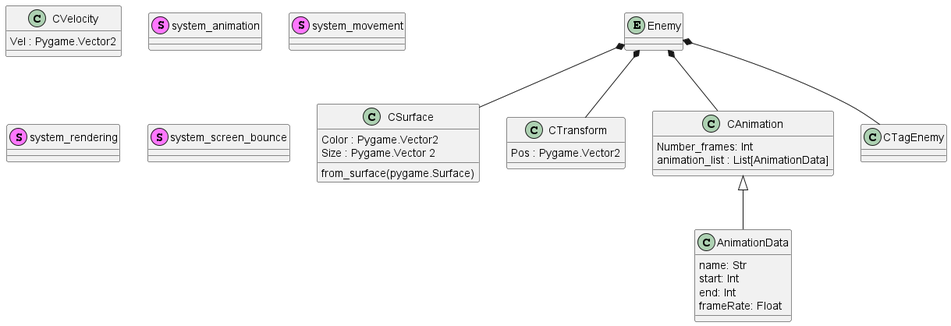
This is Documentation/digram.png from shiomar-salazar/MISW-4407-NoobPower, a PlantUML export, as it was before one commit.
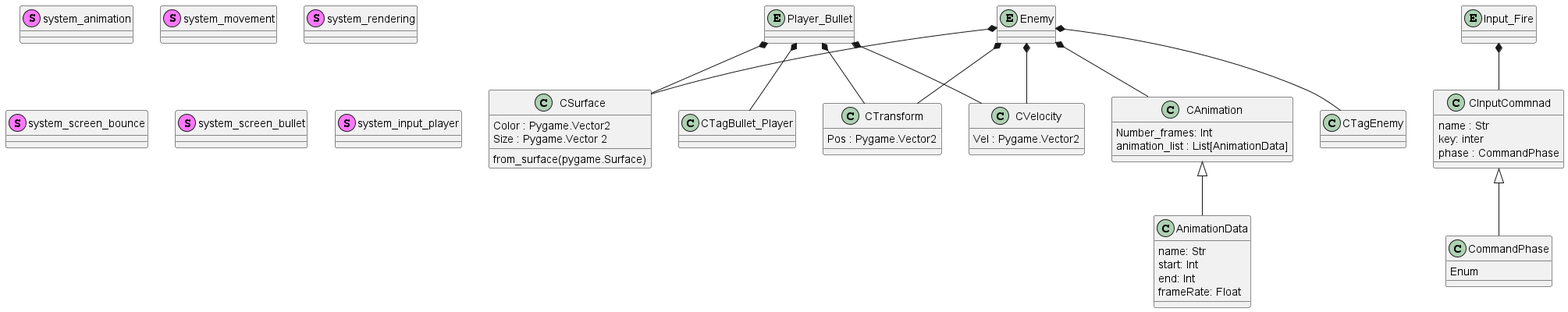
Above is the later version.

Diff of the diagram source:
```diff
@@ -1,5 +1,7 @@
 @startuml
 entity Enemy
+entity Player_Bullet
+entity Input_Fire
 
 
 class CSurface {
@@ -23,6 +25,14 @@
     end: Int
     frameRate: Float
 }
+class CInputCommnad {
+    name : Str
+    key: inter
+    phase : CommandPhase
+}
+class CommandPhase {
+    Enum
+}
 
 
 class CTagEnemy
@@ -32,12 +42,24 @@
 stereotype system_movement
 stereotype system_rendering
 stereotype system_screen_bounce
+stereotype system_screen_bullet
+stereotype system_input_player
 
 CAnimation <|-- AnimationData
+CInputCommnad <|-- CommandPhase
 
 Enemy *-- CTagEnemy
 Enemy *-- CAnimation
 Enemy *-- CSurface
 Enemy *-- CTransform
+Enemy *-- CVelocity
+
+Player_Bullet *-- CTagBullet_Player
+Player_Bullet *-- CSurface
+Player_Bullet *-- CTransform
+Player_Bullet *-- CVelocity
+
+Input_Fire *-- CInputCommnad
+
 
 @enduml
```
